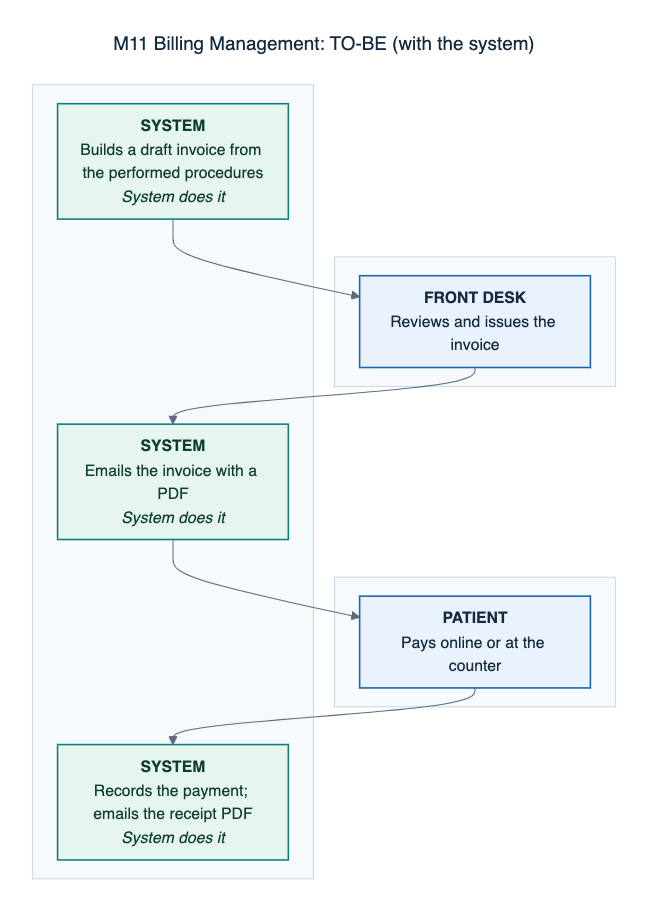
Before: docs/defense/diagrams/png/M11-billing-management-to-be.png, a diagram exported from Mermaid (0phem/multibranch-dental-clinic). Its source is kept beside it as docs/defense/diagrams/M11-billing-management-to-be.mmd.
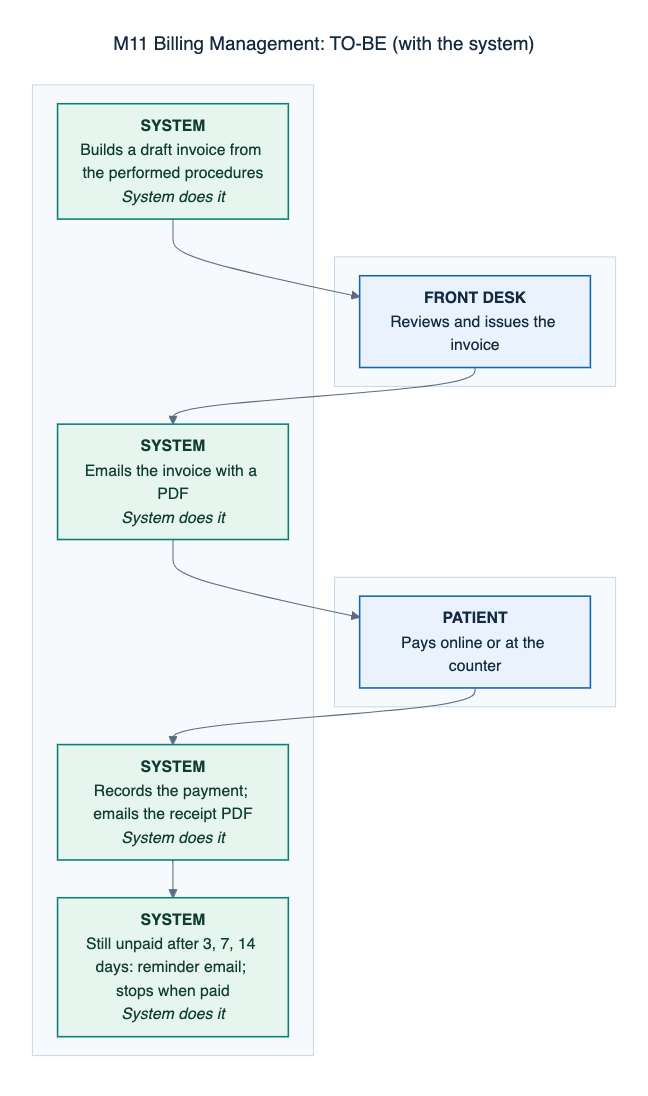
After the change.

Change to the diagram source:
```diff
@@ -15,11 +15,13 @@
       S0["<b>SYSTEM</b><br/>Builds a draft invoice from the performed procedures<br/><i>System does it</i>"]:::auto
       S2["<b>SYSTEM</b><br/>Emails the invoice with a PDF<br/><i>System does it</i>"]:::auto
       S4["<b>SYSTEM</b><br/>Records the payment; emails the receipt PDF<br/><i>System does it</i>"]:::auto
+      S5["<b>SYSTEM</b><br/>Still unpaid after 3, 7, 14 days: reminder email; stops when paid<br/><i>System does it</i>"]:::auto
     end
     S0 --> S1
     S1 --> S2
     S2 --> S3
     S3 --> S4
+    S4 --> S5
     classDef cited fill:#eaf3fd,stroke:#1865ac,color:#142a40,stroke-width:1.5px
     classDef confirm fill:#fffaf0,stroke:#b26a00,color:#5e3c00,stroke-width:1.5px,stroke-dasharray:6 4
     classDef auto fill:#e6f5ee,stroke:#0c7f75,color:#0f3d33,stroke-width:1.5px
```
